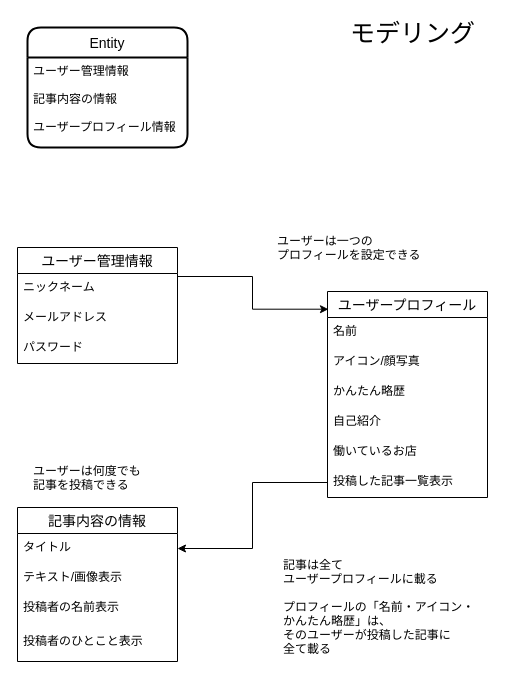
yait-ucess/YouMe keeps this draw.io diagram as youme.dio. Above is the earlier version. Source tidied: cells renumbered, new cells numbered last; positions are measured from the earlier drawing's top-left corner, leaving out a move shared by most shapes. Both pictures are drawn from the tidied source at 100%, with x=0, y=0 at pixel (17, 17).
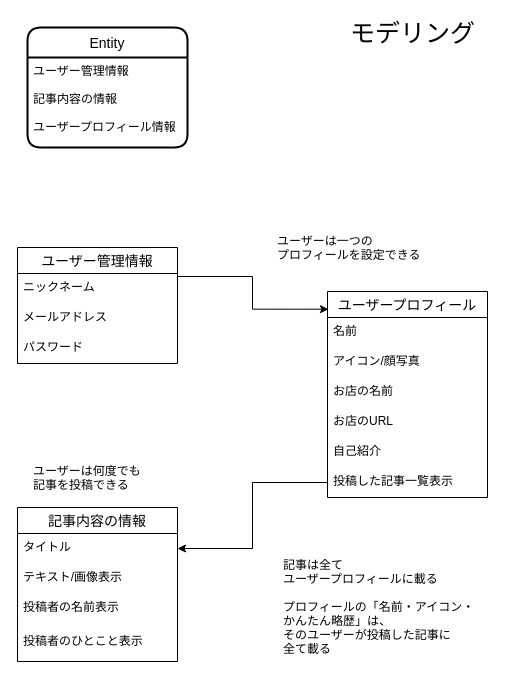
After the change.

The change refers to these unchanged cells:
```xml
<mxCell id="17" value="ユーザープロフィール" style="swimlane;fontStyle=0;horizontal=1;startSize=26;align=center;fontSize=14;" parent="1" vertex="1">
  <mxGeometry x="310" y="274" width="160" height="206" as="geometry" />
</mxCell>
```

What changed in the source:
```diff
@@
-    <mxCell id="20" value="かんたん略歴" style="text;strokeColor=none;fillColor=none;spacingLeft=4;spacingRight=4;overflow=hidden;fontSize=12;" parent="17" vertex="1">
+    <mxCell id="20" value="お店の名前" style="text;strokeColor=none;fillColor=none;spacingLeft=4;spacingRight=4;overflow=hidden;fontSize=12;" parent="17" vertex="1">
       <mxGeometry y="86" width="160" height="30" as="geometry" />
     </mxCell>
-    <mxCell id="21" value="自己紹介" style="text;strokeColor=none;fillColor=none;spacingLeft=4;spacingRight=4;overflow=hidden;fontSize=12;" parent="17" vertex="1">
+    <mxCell id="21" value="お店のURL" style="text;strokeColor=none;fillColor=none;spacingLeft=4;spacingRight=4;overflow=hidden;fontSize=12;" parent="17" vertex="1">
       <mxGeometry y="116" width="160" height="30" as="geometry" />
     </mxCell>
-    <mxCell id="22" value="働いているお店" style="text;strokeColor=none;fillColor=none;spacingLeft=4;spacingRight=4;overflow=hidden;fontSize=12;" parent="17" vertex="1">
+    <mxCell id="22" value="自己紹介" style="text;strokeColor=none;fillColor=none;spacingLeft=4;spacingRight=4;overflow=hidden;fontSize=12;" parent="17" vertex="1">
       <mxGeometry y="146" width="160" height="30" as="geometry" />
     </mxCell>
```
